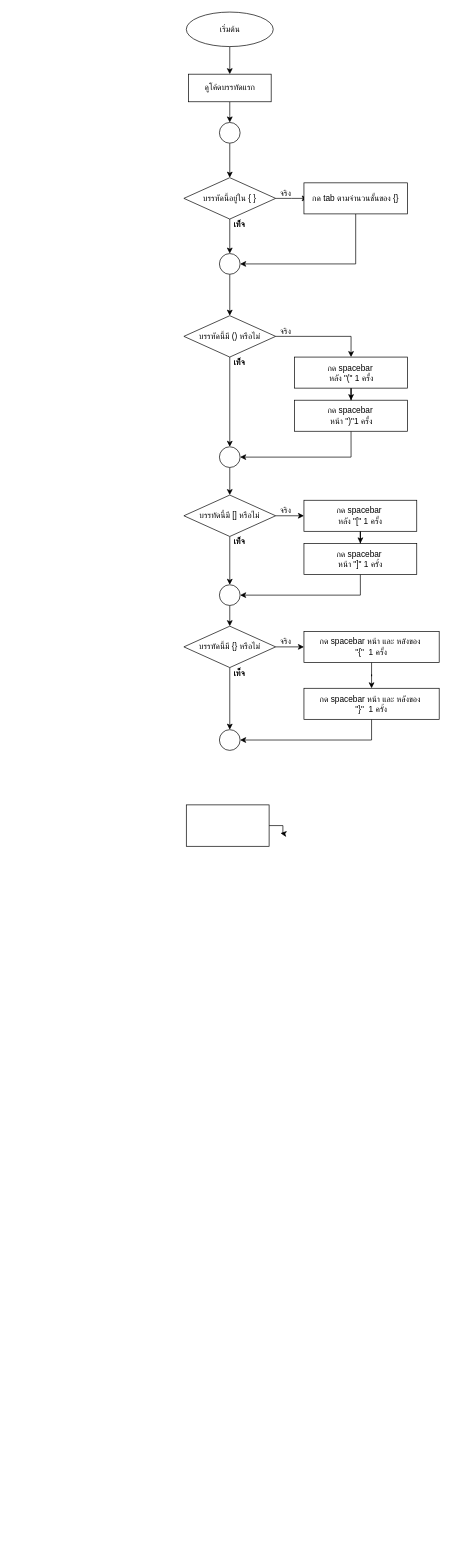
Above: HW/HW03/HW03-1/HW03-1.drawio in bbnyk/ENGCE117 (draw.io), before the change. Source tidied: cells renumbered, new cells numbered last; positions are measured from the earlier drawing's top-left corner, leaving out a move shared by most shapes. Both pictures are drawn from the tidied source at 69%, with x=0, y=0 at pixel (184, 12).
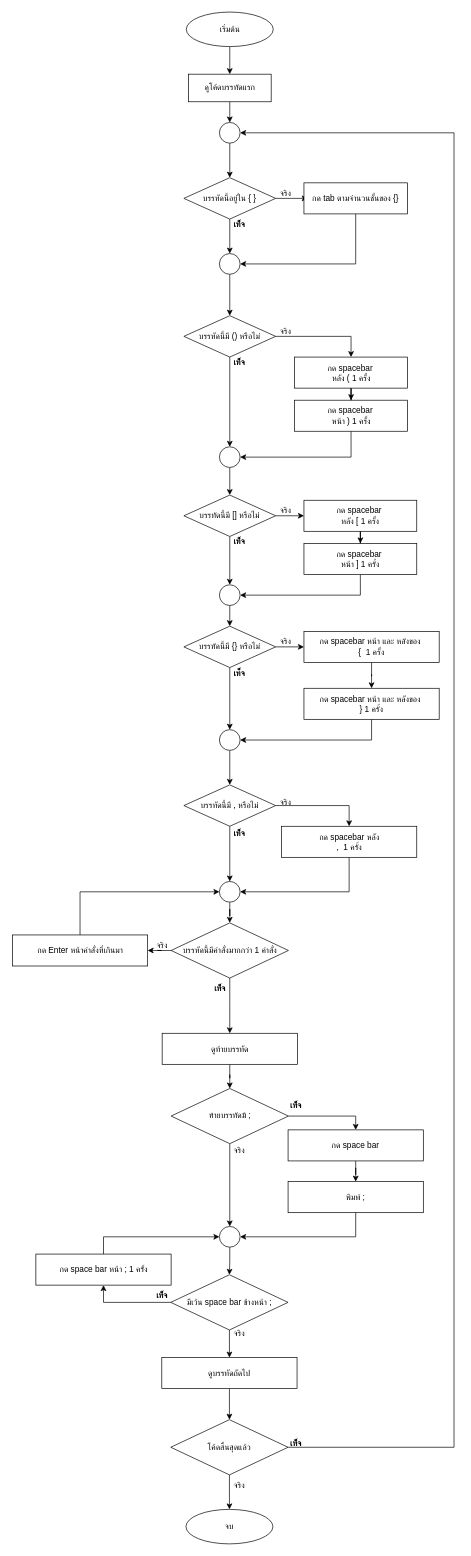
The same diagram, later.

The change refers to these unchanged cells:
```xml
<mxCell id="7" style="ellipse;whiteSpace=wrap;html=1;" parent="1" vertex="1">
  <mxGeometry x="51.5" y="160" width="30" height="30" as="geometry" />
</mxCell>
<mxCell id="38" style="ellipse;whiteSpace=wrap;html=1;" parent="1" vertex="1">
  <mxGeometry x="51.5" y="1040" width="30" height="30" as="geometry" />
</mxCell>
```

Diff of the diagram source:
```diff
@@
-    <mxCell id="28" value="กด spacebar&amp;nbsp;&lt;div&gt;หลัง&amp;nbsp;&lt;span style=&quot;background-color: initial;&quot;&gt;&quot;[&quot; 1 ครั้ง&lt;/span&gt;&lt;/div&gt;" style="rounded=0;whiteSpace=wrap;html=1;" parent="1" vertex="1">
+    <mxCell id="28" value="กด spacebar&amp;nbsp;&lt;div&gt;หลัง&amp;nbsp;&lt;span style=&quot;background-color: initial;&quot;&gt;[ 1 ครั้ง&lt;/span&gt;&lt;/div&gt;" style="rounded=0;whiteSpace=wrap;html=1;" parent="1" vertex="1">
       <mxGeometry x="174" y="707.5" width="163.5" height="45" as="geometry" />
     </mxCell>
@@
-    <mxCell id="37" value="กด spacebar หน้า และ หลังของ&amp;nbsp;&lt;div&gt;&quot;{&quot;&amp;nbsp; 1 ครั้ง&lt;/div&gt;" style="rounded=0;whiteSpace=wrap;html=1;" parent="1" vertex="1">
+    <mxCell id="37" value="กด spacebar หน้า และ หลังของ&amp;nbsp;&lt;div&gt;{&amp;nbsp; 1 ครั้ง&lt;/div&gt;" style="rounded=0;whiteSpace=wrap;html=1;" parent="1" vertex="1">
       <mxGeometry x="174" y="897.5" width="196" height="45" as="geometry" />
     </mxCell>
+    <mxCell id="51" style="edgeStyle=orthogonalEdgeStyle;rounded=0;jettySize=auto;html=1;" parent="1" edge="1" source="38" target="54">
+      <mxGeometry relative="1" as="geometry" />
+    </mxCell>
@@
-    <mxCell id="42" value="กด spacebar หน้า และ หลังของ&amp;nbsp;&lt;div&gt;&quot;}&quot;&amp;nbsp; 1 ครั้ง&lt;/div&gt;" style="rounded=0;whiteSpace=wrap;html=1;" parent="1" vertex="1">
+    <mxCell id="42" value="กด spacebar หน้า และ หลังของ&amp;nbsp;&lt;div&gt;} 1 ครั้ง&lt;/div&gt;" style="rounded=0;whiteSpace=wrap;html=1;" parent="1" vertex="1">
       <mxGeometry x="174" y="980" width="196" height="45" as="geometry" />
     </mxCell>
@@
-    <mxCell id="44" value="กด spacebar&lt;span style=&quot;background-color: initial;&quot;&gt;&amp;nbsp;&lt;/span&gt;&lt;div&gt;&lt;span style=&quot;background-color: initial;&quot;&gt;หน้า &quot;]&quot; 1 ครั้ง&lt;/span&gt;&lt;/div&gt;" style="rounded=0;whiteSpace=wrap;html=1;" parent="1" vertex="1">
+    <mxCell id="44" value="กด spacebar&lt;span style=&quot;background-color: initial;&quot;&gt;&amp;nbsp;&lt;/span&gt;&lt;div&gt;&lt;span style=&quot;background-color: initial;&quot;&gt;หน้า ] 1 ครั้ง&lt;/span&gt;&lt;/div&gt;" style="rounded=0;whiteSpace=wrap;html=1;" parent="1" vertex="1">
       <mxGeometry x="174" y="770" width="163.5" height="45" as="geometry" />
     </mxCell>
-    <mxCell id="45" style="edgeStyle=orthogonalEdgeStyle;rounded=0;jettySize=auto;html=1;" parent="1" edge="1" source="46">
-      <mxGeometry relative="1" as="geometry">
-        <mxPoint x="140" y="1190" as="targetPoint" />
-      </mxGeometry>
-    </mxCell>
-    <mxCell id="46" style="rounded=0;whiteSpace=wrap;html=1;" parent="1" vertex="1">
-      <mxGeometry x="3.5" y="1149" width="120" height="60" as="geometry" />
-    </mxCell>
@@
-    <mxCell id="48" value="กด spacebar&amp;nbsp;&lt;div&gt;หลัง&amp;nbsp;&lt;span style=&quot;background-color: initial;&quot;&gt;&quot;(&quot; 1 ครั้ง&lt;/span&gt;&lt;/div&gt;" style="rounded=0;whiteSpace=wrap;html=1;" parent="1" vertex="1">
+    <mxCell id="48" value="กด spacebar&amp;nbsp;&lt;div&gt;หลัง&amp;nbsp;&lt;span style=&quot;background-color: initial;&quot;&gt;( 1 ครั้ง&lt;/span&gt;&lt;/div&gt;" style="rounded=0;whiteSpace=wrap;html=1;" parent="1" vertex="1">
       <mxGeometry x="160.5" y="500" width="163.5" height="45" as="geometry" />
     </mxCell>
@@
-    <mxCell id="50" value="กด spacebar&lt;span style=&quot;background-color: initial;&quot;&gt;&amp;nbsp;&lt;/span&gt;&lt;div&gt;&lt;span style=&quot;background-color: initial;&quot;&gt;หน้า &quot;)&quot;1 ครั้ง&lt;/span&gt;&lt;/div&gt;" style="rounded=0;whiteSpace=wrap;html=1;" parent="1" vertex="1">
+    <mxCell id="50" value="กด spacebar&lt;span style=&quot;background-color: initial;&quot;&gt;&amp;nbsp;&lt;/span&gt;&lt;div&gt;&lt;span style=&quot;background-color: initial;&quot;&gt;หน้า ) 1 ครั้ง&lt;/span&gt;&lt;/div&gt;" style="rounded=0;whiteSpace=wrap;html=1;" parent="1" vertex="1">
       <mxGeometry x="160.5" y="562.5" width="163.5" height="45" as="geometry" />
     </mxCell>
+    <mxCell id="52" style="edgeStyle=orthogonalEdgeStyle;rounded=0;jettySize=auto;html=1;" parent="1" edge="1" source="54" target="56">
+      <mxGeometry relative="1" as="geometry" />
+    </mxCell>
+    <mxCell id="53" style="edgeStyle=orthogonalEdgeStyle;rounded=0;jettySize=auto;html=1;exitX=1;exitY=0.5;exitDx=0;exitDy=0;entryX=0.5;entryY=0;entryDx=0;entryDy=0;" parent="1" edge="1" source="54" target="58">
+      <mxGeometry relative="1" as="geometry" />
+    </mxCell>
+    <mxCell id="54" value="บรรทัดนี้มี , หรือไม่" style="rhombus;whiteSpace=wrap;html=1;" parent="1" vertex="1">
+      <mxGeometry y="1120" width="133" height="60" as="geometry" />
+    </mxCell>
+    <mxCell id="55" style="edgeStyle=orthogonalEdgeStyle;rounded=0;jettySize=auto;html=1;" parent="1" edge="1" source="56" target="63">
+      <mxGeometry relative="1" as="geometry" />
+    </mxCell>
+    <mxCell id="56" style="ellipse;whiteSpace=wrap;html=1;" parent="1" vertex="1">
+      <mxGeometry x="51.5" y="1260" width="30" height="30" as="geometry" />
+    </mxCell>
+    <mxCell id="57" style="edgeStyle=orthogonalEdgeStyle;rounded=0;jettySize=auto;html=1;exitX=0.5;exitY=1;exitDx=0;exitDy=0;entryX=1;entryY=0.5;entryDx=0;entryDy=0;" parent="1" edge="1" source="58" target="56">
+      <mxGeometry relative="1" as="geometry" />
+    </mxCell>
+    <mxCell id="58" value="กด spacebar หลัง&lt;div&gt;,&amp;nbsp; 1 ครั้ง&lt;/div&gt;" style="rounded=0;whiteSpace=wrap;html=1;" parent="1" vertex="1">
+      <mxGeometry x="141.5" y="1180" width="196" height="45" as="geometry" />
+    </mxCell>
+    <mxCell id="59" value="จริง" style="text;html=1;align=center;verticalAlign=middle;strokeColor=none;fillColor=none;" parent="1" vertex="1">
+      <mxGeometry x="126.5" y="1130" width="40" height="30" as="geometry" />
+    </mxCell>
+    <mxCell id="60" value="เท็จ" style="text;html=1;align=center;verticalAlign=middle;strokeColor=none;fillColor=none;fontStyle=1;" parent="1" vertex="1">
+      <mxGeometry x="60" y="1175" width="40" height="30" as="geometry" />
+    </mxCell>
+    <mxCell id="61" style="edgeStyle=orthogonalEdgeStyle;rounded=0;jettySize=auto;html=1;" parent="1" edge="1" source="63">
+      <mxGeometry relative="1" as="geometry">
+        <mxPoint x="66.5" y="1480" as="targetPoint" />
+      </mxGeometry>
+    </mxCell>
+    <mxCell id="62" style="edgeStyle=orthogonalEdgeStyle;rounded=0;jettySize=auto;html=1;" parent="1" edge="1" source="63" target="65">
+      <mxGeometry relative="1" as="geometry" />
+    </mxCell>
+    <mxCell id="63" value="บรรทัดนี้มีคำสั่งมากกว่า 1 คำสั่ง" style="rhombus;whiteSpace=wrap;html=1;" parent="1" vertex="1">
+      <mxGeometry x="-18.5" y="1320" width="170" height="80" as="geometry" />
+    </mxCell>
+    <mxCell id="64" style="edgeStyle=orthogonalEdgeStyle;rounded=0;jettySize=auto;html=1;exitX=0.5;exitY=0;exitDx=0;exitDy=0;entryX=0;entryY=0.5;entryDx=0;entryDy=0;" parent="1" edge="1" source="65" target="56">
+      <mxGeometry relative="1" as="geometry" />
+    </mxCell>
+    <mxCell id="65" value="กด Enter หน้าคำสั่งที่เกินมา" style="rounded=0;whiteSpace=wrap;html=1;" parent="1" vertex="1">
+      <mxGeometry x="-248.5" y="1337.5" width="196" height="45" as="geometry" />
+    </mxCell>
+    <mxCell id="66" style="edgeStyle=orthogonalEdgeStyle;rounded=0;jettySize=auto;html=1;" parent="1" edge="1" source="67" target="70">
+      <mxGeometry relative="1" as="geometry" />
+    </mxCell>
+    <mxCell id="67" value="ดูท้ายบรรทัด" style="rounded=0;whiteSpace=wrap;html=1;" parent="1" vertex="1">
+      <mxGeometry x="-31.5" y="1480" width="196" height="45" as="geometry" />
+    </mxCell>
+    <mxCell id="68" style="edgeStyle=orthogonalEdgeStyle;rounded=0;jettySize=auto;html=1;" parent="1" edge="1" source="70" target="76">
+      <mxGeometry relative="1" as="geometry" />
+    </mxCell>
+    <mxCell id="69" style="edgeStyle=orthogonalEdgeStyle;rounded=0;jettySize=auto;html=1;exitX=1;exitY=0.5;exitDx=0;exitDy=0;entryX=0.5;entryY=0;entryDx=0;entryDy=0;" parent="1" edge="1" source="70" target="74">
+      <mxGeometry relative="1" as="geometry" />
+    </mxCell>
+    <mxCell id="70" value="ท้ายบรรทัดมี ;" style="rhombus;whiteSpace=wrap;html=1;" parent="1" vertex="1">
+      <mxGeometry x="-18.5" y="1560" width="170" height="80" as="geometry" />
+    </mxCell>
+    <mxCell id="71" value="จริง" style="text;html=1;align=center;verticalAlign=middle;strokeColor=none;fillColor=none;" parent="1" vertex="1">
+      <mxGeometry x="-52.5" y="1337.5" width="40" height="30" as="geometry" />
+    </mxCell>
+    <mxCell id="72" value="เท็จ" style="text;html=1;align=center;verticalAlign=middle;strokeColor=none;fillColor=none;fontStyle=1;" parent="1" vertex="1">
+      <mxGeometry x="31.5" y="1400" width="40" height="30" as="geometry" />
+    </mxCell>
+    <mxCell id="73" style="edgeStyle=orthogonalEdgeStyle;rounded=0;jettySize=auto;html=1;" parent="1" edge="1" source="74" target="78">
+      <mxGeometry relative="1" as="geometry" />
+    </mxCell>
+    <mxCell id="74" value="กด space bar" style="rounded=0;whiteSpace=wrap;html=1;" parent="1" vertex="1">
+      <mxGeometry x="151" y="1620" width="196" height="45" as="geometry" />
+    </mxCell>
+    <mxCell id="75" style="edgeStyle=orthogonalEdgeStyle;rounded=0;jettySize=auto;html=1;" parent="1" edge="1" source="76" target="81">
+      <mxGeometry relative="1" as="geometry" />
+    </mxCell>
+    <mxCell id="76" style="ellipse;whiteSpace=wrap;html=1;" parent="1" vertex="1">
+      <mxGeometry x="51.5" y="1760" width="30" height="30" as="geometry" />
+    </mxCell>
+    <mxCell id="77" style="edgeStyle=orthogonalEdgeStyle;rounded=0;jettySize=auto;html=1;exitX=0.5;exitY=1;exitDx=0;exitDy=0;entryX=1;entryY=0.5;entryDx=0;entryDy=0;" parent="1" edge="1" source="78" target="76">
+      <mxGeometry relative="1" as="geometry" />
+    </mxCell>
+    <mxCell id="78" value="พิมพ์ ;" style="rounded=0;whiteSpace=wrap;html=1;" parent="1" vertex="1">
+      <mxGeometry x="151" y="1695" width="196" height="45" as="geometry" />
+    </mxCell>
+    <mxCell id="79" style="edgeStyle=orthogonalEdgeStyle;rounded=0;jettySize=auto;html=1;exitX=0;exitY=0.5;exitDx=0;exitDy=0;entryX=0.5;entryY=1;entryDx=0;entryDy=0;" parent="1" edge="1" source="81" target="83">
+      <mxGeometry relative="1" as="geometry" />
+    </mxCell>
+    <mxCell id="80" style="edgeStyle=orthogonalEdgeStyle;rounded=0;jettySize=auto;html=1;" parent="1" edge="1" source="81" target="85">
+      <mxGeometry relative="1" as="geometry" />
+    </mxCell>
+    <mxCell id="81" value="มีเว้น space bar ข้างหน้า ;" style="rhombus;whiteSpace=wrap;html=1;" parent="1" vertex="1">
+      <mxGeometry x="-19" y="1830" width="170" height="80" as="geometry" />
+    </mxCell>
+    <mxCell id="82" style="edgeStyle=orthogonalEdgeStyle;rounded=0;jettySize=auto;html=1;exitX=0.5;exitY=0;exitDx=0;exitDy=0;entryX=0;entryY=0.5;entryDx=0;entryDy=0;" parent="1" edge="1" source="83" target="76">
+      <mxGeometry relative="1" as="geometry" />
+    </mxCell>
+    <mxCell id="83" value="กด space bar หน้า ; 1 ครั้ง" style="rounded=0;whiteSpace=wrap;html=1;" parent="1" vertex="1">
+      <mxGeometry x="-214.5" y="1800" width="196" height="45" as="geometry" />
+    </mxCell>
+    <mxCell id="84" style="edgeStyle=orthogonalEdgeStyle;rounded=0;jettySize=auto;html=1;" parent="1" edge="1" source="85" target="88">
+      <mxGeometry relative="1" as="geometry" />
+    </mxCell>
+    <mxCell id="85" value="ดูบรรทัดถัดไป" style="rounded=0;whiteSpace=wrap;html=1;" parent="1" vertex="1">
+      <mxGeometry x="-32" y="1950" width="196" height="45" as="geometry" />
+    </mxCell>
+    <mxCell id="86" style="edgeStyle=orthogonalEdgeStyle;rounded=0;jettySize=auto;html=1;exitX=1;exitY=0.5;exitDx=0;exitDy=0;entryX=1;entryY=0.5;entryDx=0;entryDy=0;" parent="1" edge="1" source="88" target="7">
+      <mxGeometry relative="1" as="geometry">
+        <Array as="points">
+          <mxPoint x="391.5" y="2080" />
+          <mxPoint x="391.5" y="175" />
+        </Array>
+      </mxGeometry>
+    </mxCell>
+    <mxCell id="87" style="edgeStyle=orthogonalEdgeStyle;rounded=0;jettySize=auto;html=1;" parent="1" edge="1" source="88" target="89">
+      <mxGeometry relative="1" as="geometry" />
+    </mxCell>
+    <mxCell id="88" value="โค้ดสิ้นสุดแล้ว" style="rhombus;whiteSpace=wrap;html=1;" parent="1" vertex="1">
+      <mxGeometry x="-19" y="2040" width="170" height="80" as="geometry" />
+    </mxCell>
+    <mxCell id="89" value="จบ" style="ellipse;whiteSpace=wrap;html=1;" parent="1" vertex="1">
+      <mxGeometry x="3" y="2170" width="126" height="50" as="geometry" />
+    </mxCell>
+    <mxCell id="90" value="เท็จ" style="text;html=1;align=center;verticalAlign=middle;strokeColor=none;fillColor=none;fontStyle=1;" parent="1" vertex="1">
+      <mxGeometry x="141.5" y="1570" width="40" height="30" as="geometry" />
+    </mxCell>
+    <mxCell id="91" value="เท็จ" style="text;html=1;align=center;verticalAlign=middle;strokeColor=none;fillColor=none;fontStyle=1;" parent="1" vertex="1">
+      <mxGeometry x="-52.5" y="1845" width="40" height="30" as="geometry" />
+    </mxCell>
+    <mxCell id="92" value="เท็จ" style="text;html=1;align=center;verticalAlign=middle;strokeColor=none;fillColor=none;fontStyle=1;" parent="1" vertex="1">
+      <mxGeometry x="141.5" y="2060" width="40" height="30" as="geometry" />
+    </mxCell>
+    <mxCell id="93" value="จริง" style="text;html=1;align=center;verticalAlign=middle;strokeColor=none;fillColor=none;" parent="1" vertex="1">
+      <mxGeometry x="60" y="1635" width="40" height="30" as="geometry" />
+    </mxCell>
+    <mxCell id="94" value="จริง" style="text;html=1;align=center;verticalAlign=middle;strokeColor=none;fillColor=none;" parent="1" vertex="1">
+      <mxGeometry x="60" y="1900" width="40" height="30" as="geometry" />
+    </mxCell>
+    <mxCell id="95" value="จริง" style="text;html=1;align=center;verticalAlign=middle;strokeColor=none;fillColor=none;" parent="1" vertex="1">
+      <mxGeometry x="60" y="2120" width="40" height="30" as="geometry" />
+    </mxCell>
```
